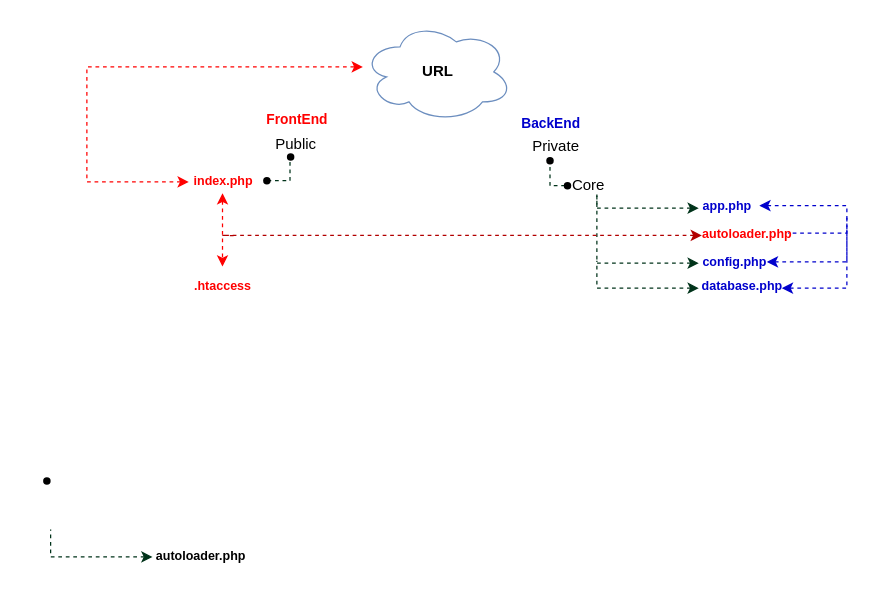
Above: material/Diagrama_acelnet_school.drawio in acaluege/acelnet_school (draw.io), before the change. Source tidied: cells renumbered, new cells numbered last; positions are measured from the earlier drawing's top-left corner, leaving out a move shared by most shapes. Both pictures are drawn from the tidied source at 125%, with x=0, y=0 at pixel (21, 21).
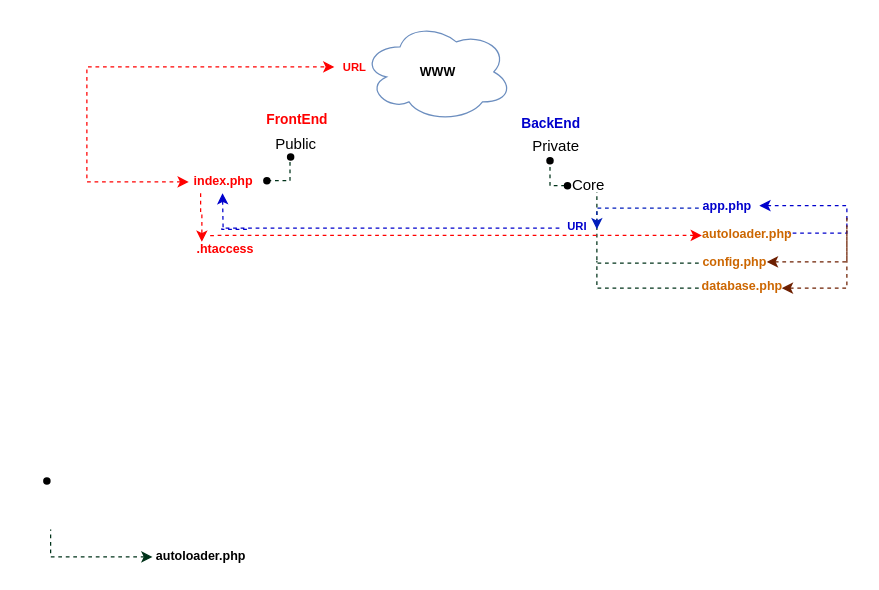
Above is the later version.

Diff of the diagram source:
```diff
@@
-    <mxCell id="2" value="&lt;b style=&quot;font-size: 12px;&quot;&gt;URL&lt;/b&gt;" style="ellipse;shape=cloud;whiteSpace=wrap;html=1;fontSize=12;fillColor=#FFFFFF;strokeColor=#6c8ebf;" parent="1" vertex="1">
+    <mxCell id="2" value="&lt;b style=&quot;font-size: 10px;&quot;&gt;WWW&lt;/b&gt;" style="ellipse;shape=cloud;whiteSpace=wrap;html=1;fontSize=10;fillColor=#FFFFFF;strokeColor=#6c8ebf;" parent="1" vertex="1">
       <mxGeometry x="272.5" width="120" height="80" as="geometry" />
     </mxCell>
-    <mxCell id="3" style="edgeStyle=orthogonalEdgeStyle;rounded=0;jettySize=auto;html=1;dashed=1;fontSize=11;fontColor=#0000CC;startArrow=classic;startFill=1;endArrow=classic;endFill=1;strokeColor=#FF0000;strokeWidth=1;" parent="1" edge="1" target="29">
+    <mxCell id="3" style="edgeStyle=orthogonalEdgeStyle;rounded=0;orthogonalLoop=1;jettySize=auto;html=1;dashed=1;fontSize=11;fontColor=#0000CC;startArrow=classic;startFill=1;endArrow=none;endFill=0;strokeColor=#0000CC;strokeWidth=1;" parent="1" edge="1">
       <mxGeometry relative="1" as="geometry">
         <mxPoint x="160.5" y="137" as="sourcePoint" />
+        <mxPoint x="161" y="166" as="targetPoint" />
       </mxGeometry>
     </mxCell>
@@
-    <mxCell id="16" value="autoloader.php" style="text;html=1;align=center;verticalAlign=middle;whiteSpace=wrap;rounded=0;fontStyle=1;fontSize=10;fontColor=#FF0000;" parent="1" vertex="1">
+    <mxCell id="16" value="autoloader.php" style="text;html=1;align=center;verticalAlign=middle;whiteSpace=wrap;rounded=0;fontStyle=1;fontSize=10;fontColor=#CC6600;" parent="1" vertex="1">
       <mxGeometry x="548" y="158.5" width="65" height="20.5" as="geometry" />
     </mxCell>
-    <mxCell id="17" value="config.php" style="text;html=1;align=center;verticalAlign=middle;whiteSpace=wrap;rounded=0;fontStyle=1;fontSize=10;fontColor=#0000CC;" parent="1" vertex="1">
+    <mxCell id="17" value="config.php" style="text;html=1;align=center;verticalAlign=middle;whiteSpace=wrap;rounded=0;fontStyle=1;fontSize=10;fontColor=#CC6600;" parent="1" vertex="1">
       <mxGeometry x="537.5" y="182" width="65" height="20.5" as="geometry" />
     </mxCell>
-    <mxCell id="18" style="edgeStyle=orthogonalEdgeStyle;rounded=0;jettySize=auto;html=1;dashed=1;startArrow=classic;startFill=1;endArrow=classic;endFill=1;strokeColor=#FF0000;strokeWidth=1;" parent="1" edge="1" target="2">
+    <mxCell id="18" style="edgeStyle=orthogonalEdgeStyle;rounded=0;orthogonalLoop=1;jettySize=auto;html=1;dashed=1;startArrow=classic;startFill=1;endArrow=classic;endFill=1;strokeColor=#FF0000;strokeWidth=1;" parent="1" edge="1">
       <mxGeometry relative="1" as="geometry">
         <mxPoint x="133.5" y="128" as="sourcePoint" />
+        <mxPoint x="250" y="36" as="targetPoint" />
         <Array as="points">
           <mxPoint x="52" y="128" />
           <mxPoint x="52" y="36" />
         </Array>
       </mxGeometry>
     </mxCell>
@@
-    <mxCell id="22" style="edgeStyle=orthogonalEdgeStyle;rounded=0;orthogonalLoop=1;jettySize=auto;html=1;dashed=1;startArrow=classic;startFill=1;endArrow=none;endFill=0;strokeColor=#00331A;strokeWidth=1;" parent="1" edge="1">
+    <mxCell id="22" style="edgeStyle=orthogonalEdgeStyle;rounded=0;orthogonalLoop=1;jettySize=auto;html=1;dashed=1;startArrow=none;startFill=0;endArrow=none;endFill=0;strokeColor=#00331A;strokeWidth=1;" parent="1" edge="1">
       <mxGeometry relative="1" as="geometry">
         <mxPoint x="541.5" y="193" as="sourcePoint" />
         <mxPoint x="460" y="136" as="targetPoint" />
         <Array as="points">
           <mxPoint x="460" y="193" />
         </Array>
       </mxGeometry>
     </mxCell>
-    <mxCell id="23" value="database.php" style="text;html=1;align=center;verticalAlign=middle;whiteSpace=wrap;rounded=0;fontStyle=1;fontSize=10;fontColor=#0000CC;" parent="1" vertex="1">
+    <mxCell id="23" value="database.php" style="text;html=1;align=center;verticalAlign=middle;whiteSpace=wrap;rounded=0;fontStyle=1;fontSize=10;fontColor=#CC6600;" parent="1" vertex="1">
       <mxGeometry x="544" y="200.5" width="65" height="20.5" as="geometry" />
     </mxCell>
-    <mxCell id="24" style="edgeStyle=orthogonalEdgeStyle;rounded=0;orthogonalLoop=1;jettySize=auto;html=1;dashed=1;startArrow=classic;startFill=1;endArrow=none;endFill=0;strokeColor=#00331A;strokeWidth=1;" parent="1" edge="1">
+    <mxCell id="24" style="edgeStyle=orthogonalEdgeStyle;rounded=0;orthogonalLoop=1;jettySize=auto;html=1;dashed=1;startArrow=none;startFill=0;endArrow=none;endFill=0;strokeColor=#00331A;strokeWidth=1;" parent="1" edge="1">
       <mxGeometry relative="1" as="geometry">
         <mxPoint x="541.5" y="213" as="sourcePoint" />
         <mxPoint x="460" y="191" as="targetPoint" />
         <Array as="points">
           <mxPoint x="460" y="213" />
         </Array>
       </mxGeometry>
     </mxCell>
-    <mxCell id="25" style="edgeStyle=orthogonalEdgeStyle;rounded=0;orthogonalLoop=1;jettySize=auto;html=1;dashed=1;startArrow=classic;startFill=1;endArrow=none;endFill=0;strokeColor=#B20000;strokeWidth=1;exitX=0;exitY=0.5;exitDx=0;exitDy=0;fillColor=#e51400;" parent="1" edge="1">
+    <mxCell id="25" style="edgeStyle=orthogonalEdgeStyle;rounded=0;orthogonalLoop=1;jettySize=auto;html=1;dashed=1;startArrow=classic;startFill=1;endArrow=none;endFill=0;strokeColor=#FF0000;strokeWidth=1;exitX=0;exitY=0.5;exitDx=0;exitDy=0;fillColor=#e51400;" parent="1" edge="1">
       <mxGeometry relative="1" as="geometry">
         <mxPoint x="544" y="170.8" as="sourcePoint" />
-        <mxPoint x="170" y="171" as="targetPoint" />
+        <mxPoint x="150" y="171" as="targetPoint" />
         <Array as="points">
           <mxPoint x="160" y="171" />
           <mxPoint x="160" y="171" />
         </Array>
       </mxGeometry>
     </mxCell>
-    <mxCell id="26" style="edgeStyle=orthogonalEdgeStyle;rounded=0;jettySize=auto;html=1;dashed=1;startArrow=classic;startFill=1;endArrow=none;endFill=0;strokeColor=#0000CC;strokeWidth=1;" parent="1" edge="1" target="16">
+    <mxCell id="26" style="edgeStyle=orthogonalEdgeStyle;rounded=0;jettySize=auto;html=1;dashed=1;startArrow=classic;startFill=1;endArrow=none;endFill=0;strokeColor=#0000CC;strokeWidth=1;fontColor=#0000CC;fillColor=#a0522d;" parent="1" edge="1" target="16">
       <mxGeometry relative="1" as="geometry">
         <mxPoint x="590" y="147" as="sourcePoint" />
         <Array as="points">
           <mxPoint x="660" y="147" />
           <mxPoint x="660" y="169" />
         </Array>
       </mxGeometry>
     </mxCell>
-    <mxCell id="27" style="edgeStyle=orthogonalEdgeStyle;rounded=0;orthogonalLoop=1;jettySize=auto;html=1;dashed=1;startArrow=classic;startFill=1;endArrow=none;endFill=0;strokeColor=#0000CC;strokeWidth=1;" parent="1" edge="1">
+    <mxCell id="27" style="edgeStyle=orthogonalEdgeStyle;rounded=0;orthogonalLoop=1;jettySize=auto;html=1;dashed=1;startArrow=classic;startFill=1;endArrow=none;endFill=0;strokeColor=#6D1F00;strokeWidth=1;fontColor=#CC6600;fillColor=#a0522d;" parent="1" edge="1">
       <mxGeometry relative="1" as="geometry">
         <mxPoint x="596" y="192" as="sourcePoint" />
         <mxPoint x="660" y="156" as="targetPoint" />
         <Array as="points">
           <mxPoint x="660" y="192" />
         </Array>
       </mxGeometry>
     </mxCell>
-    <mxCell id="28" style="edgeStyle=orthogonalEdgeStyle;rounded=0;orthogonalLoop=1;jettySize=auto;html=1;dashed=1;startArrow=classic;startFill=1;endArrow=none;endFill=0;strokeColor=#0000CC;strokeWidth=1;" parent="1" edge="1">
+    <mxCell id="28" style="edgeStyle=orthogonalEdgeStyle;rounded=0;orthogonalLoop=1;jettySize=auto;html=1;dashed=1;startArrow=classic;startFill=1;endArrow=none;endFill=0;strokeColor=#6D1F00;strokeWidth=1;fillColor=#a0522d;" parent="1" edge="1">
       <mxGeometry relative="1" as="geometry">
         <mxPoint x="608" y="213" as="sourcePoint" />
         <mxPoint x="660" y="166" as="targetPoint" />
         <Array as="points">
           <mxPoint x="660" y="213" />
         </Array>
       </mxGeometry>
     </mxCell>
     <mxCell id="29" value=".htaccess" style="text;html=1;align=center;verticalAlign=middle;whiteSpace=wrap;rounded=0;fontStyle=1;fontColor=#FF0000;fontSize=10;" parent="1" vertex="1">
-      <mxGeometry x="131" y="195.8" width="60" height="30" as="geometry" />
+      <mxGeometry x="133" y="165.5" width="60" height="30" as="geometry" />
     </mxCell>
@@
-    <mxCell id="31" style="edgeStyle=orthogonalEdgeStyle;rounded=0;orthogonalLoop=1;jettySize=auto;html=1;dashed=1;startArrow=classic;startFill=1;endArrow=none;endFill=0;strokeColor=#00331A;strokeWidth=1;" parent="1" edge="1">
+    <mxCell id="31" style="edgeStyle=orthogonalEdgeStyle;rounded=0;orthogonalLoop=1;jettySize=auto;html=1;dashed=1;startArrow=none;startFill=0;endArrow=classic;endFill=1;strokeColor=#001DBC;strokeWidth=1;fillColor=#0050ef;" parent="1" edge="1">
       <mxGeometry relative="1" as="geometry">
         <mxPoint x="541.5" y="149" as="sourcePoint" />
-        <mxPoint x="460" y="138" as="targetPoint" />
+        <mxPoint x="460" y="166" as="targetPoint" />
         <Array as="points">
           <mxPoint x="460" y="149" />
         </Array>
       </mxGeometry>
     </mxCell>
+    <mxCell id="32" style="edgeStyle=orthogonalEdgeStyle;rounded=0;orthogonalLoop=1;jettySize=auto;html=1;dashed=1;fontSize=11;fontColor=#0000CC;startArrow=none;startFill=0;endArrow=classic;endFill=1;strokeColor=#FF0000;strokeWidth=1;" parent="1" edge="1">
+      <mxGeometry relative="1" as="geometry">
+        <mxPoint x="143" y="137" as="sourcePoint" />
+        <mxPoint x="144" y="176" as="targetPoint" />
+        <Array as="points">
+          <mxPoint x="143.5" y="154" />
+          <mxPoint x="143.5" y="154" />
+        </Array>
+      </mxGeometry>
+    </mxCell>
+    <mxCell id="33" style="edgeStyle=orthogonalEdgeStyle;rounded=0;orthogonalLoop=1;jettySize=auto;html=1;dashed=1;fontSize=11;fontColor=#0000CC;startArrow=none;startFill=0;endArrow=none;endFill=0;strokeColor=#0000CC;strokeWidth=1;" parent="1" edge="1">
+      <mxGeometry relative="1" as="geometry">
+        <mxPoint x="180" y="166" as="sourcePoint" />
+        <mxPoint x="430" y="165" as="targetPoint" />
+        <Array as="points">
+          <mxPoint x="160" y="166" />
+          <mxPoint x="160" y="165" />
+        </Array>
+      </mxGeometry>
+    </mxCell>
+    <mxCell id="34" value="URI" style="text;html=1;align=center;verticalAlign=middle;strokeColor=none;fillColor=none;fontColor=#0000CC;fontSize=9;fontStyle=1;" parent="1" vertex="1">
+      <mxGeometry x="429" y="154" width="30" height="20" as="geometry" />
+    </mxCell>
+    <mxCell id="35" value="URL" style="text;html=1;align=center;verticalAlign=middle;strokeColor=none;fillColor=none;fontColor=#FF0000;fontSize=9;fontStyle=1;" parent="1" vertex="1">
+      <mxGeometry x="251" y="27" width="30" height="20" as="geometry" />
+    </mxCell>
```
